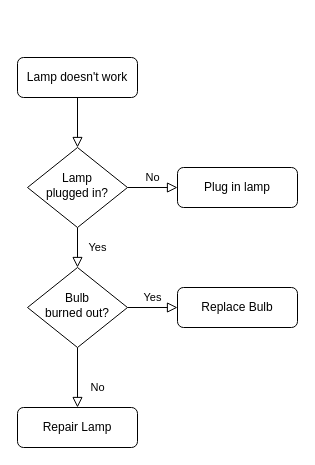
The draw.io diagram Untitled Diagram.drawio in johnzhd/word1.1a, before the edit. Source tidied: cells renumbered, new cells numbered last; positions are measured from the earlier drawing's top-left corner, leaving out a move shared by most shapes. Both pictures are drawn from the tidied source at 100%, with x=0, y=0 at pixel (17, 57).
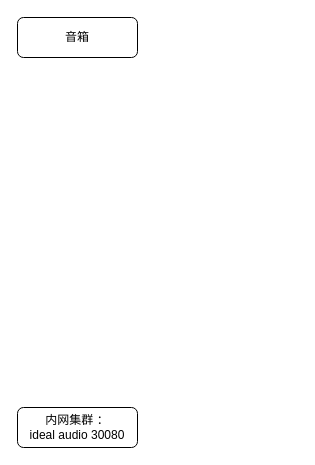
The same diagram, later.

Change to the diagram source:
```diff
@@
 <mxGraphModel>
   <root>
     <mxCell id="0" />
     <mxCell id="1" parent="0" />
-    <mxCell id="2" style="rounded=0;html=1;jettySize=auto;fontSize=11;endArrow=block;endFill=0;endSize=8;strokeWidth=1;shadow=0;labelBackgroundColor=none;edgeStyle=orthogonalEdgeStyle;" parent="1" edge="1" source="3" target="6">
-      <mxGeometry relative="1" as="geometry" />
-    </mxCell>
-    <mxCell id="3" value="Lamp doesn't work" style="rounded=1;whiteSpace=wrap;html=1;fontSize=12;glass=0;strokeWidth=1;shadow=0;" parent="1" vertex="1">
-      <mxGeometry width="120" height="40" as="geometry" />
-    </mxCell>
-    <mxCell id="4" value="Yes" style="rounded=0;html=1;jettySize=auto;fontSize=11;endArrow=block;endFill=0;endSize=8;strokeWidth=1;shadow=0;labelBackgroundColor=none;edgeStyle=orthogonalEdgeStyle;" parent="1" edge="1" source="6" target="10">
-      <mxGeometry y="20" relative="1" as="geometry" />
-    </mxCell>
-    <mxCell id="5" value="No" style="edgeStyle=orthogonalEdgeStyle;rounded=0;html=1;jettySize=auto;fontSize=11;endArrow=block;endFill=0;endSize=8;strokeWidth=1;shadow=0;labelBackgroundColor=none;" parent="1" edge="1" source="6" target="7">
-      <mxGeometry y="10" relative="1" as="geometry" />
-    </mxCell>
-    <mxCell id="6" value="Lamp&lt;br&gt;plugged in?" style="rhombus;whiteSpace=wrap;html=1;shadow=0;fontFamily=Helvetica;fontSize=12;align=center;strokeWidth=1;spacing=6;spacingTop=-4;" parent="1" vertex="1">
-      <mxGeometry x="10" y="90" width="100" height="80" as="geometry" />
-    </mxCell>
-    <mxCell id="7" value="Plug in lamp" style="rounded=1;whiteSpace=wrap;html=1;fontSize=12;glass=0;strokeWidth=1;shadow=0;" parent="1" vertex="1">
-      <mxGeometry x="160" y="110" width="120" height="40" as="geometry" />
-    </mxCell>
-    <mxCell id="8" value="No" style="rounded=0;html=1;jettySize=auto;fontSize=11;endArrow=block;endFill=0;endSize=8;strokeWidth=1;shadow=0;labelBackgroundColor=none;edgeStyle=orthogonalEdgeStyle;" parent="1" edge="1" source="10" target="11">
-      <mxGeometry x="0.33" y="20" relative="1" as="geometry" />
-    </mxCell>
-    <mxCell id="9" value="Yes" style="edgeStyle=orthogonalEdgeStyle;rounded=0;html=1;jettySize=auto;fontSize=11;endArrow=block;endFill=0;endSize=8;strokeWidth=1;shadow=0;labelBackgroundColor=none;" parent="1" edge="1" source="10" target="12">
-      <mxGeometry y="10" relative="1" as="geometry" />
-    </mxCell>
-    <mxCell id="10" value="Bulb&lt;br&gt;burned out?" style="rhombus;whiteSpace=wrap;html=1;shadow=0;fontFamily=Helvetica;fontSize=12;align=center;strokeWidth=1;spacing=6;spacingTop=-4;" parent="1" vertex="1">
-      <mxGeometry x="10" y="210" width="100" height="80" as="geometry" />
-    </mxCell>
-    <mxCell id="11" value="Repair Lamp" style="rounded=1;whiteSpace=wrap;html=1;fontSize=12;glass=0;strokeWidth=1;shadow=0;" parent="1" vertex="1">
+    <mxCell id="11" value="内网集群 ：&lt;br&gt;ideal audio 30080" style="rounded=1;whiteSpace=wrap;html=1;fontSize=12;glass=0;strokeWidth=1;shadow=0;" parent="1" vertex="1">
       <mxGeometry y="350" width="120" height="40" as="geometry" />
     </mxCell>
-    <mxCell id="12" value="Replace Bulb" style="rounded=1;whiteSpace=wrap;html=1;fontSize=12;glass=0;strokeWidth=1;shadow=0;" parent="1" vertex="1">
-      <mxGeometry x="160" y="230" width="120" height="40" as="geometry" />
-    </mxCell>
+    <mxCell id="13" value="音箱" style="rounded=1;whiteSpace=wrap;html=1;fontSize=12;glass=0;strokeWidth=1;shadow=0;" parent="1" vertex="1">
+      <mxGeometry y="-40" width="120" height="40" as="geometry" />
+    </mxCell>
   </root>
 </mxGraphModel>
```
